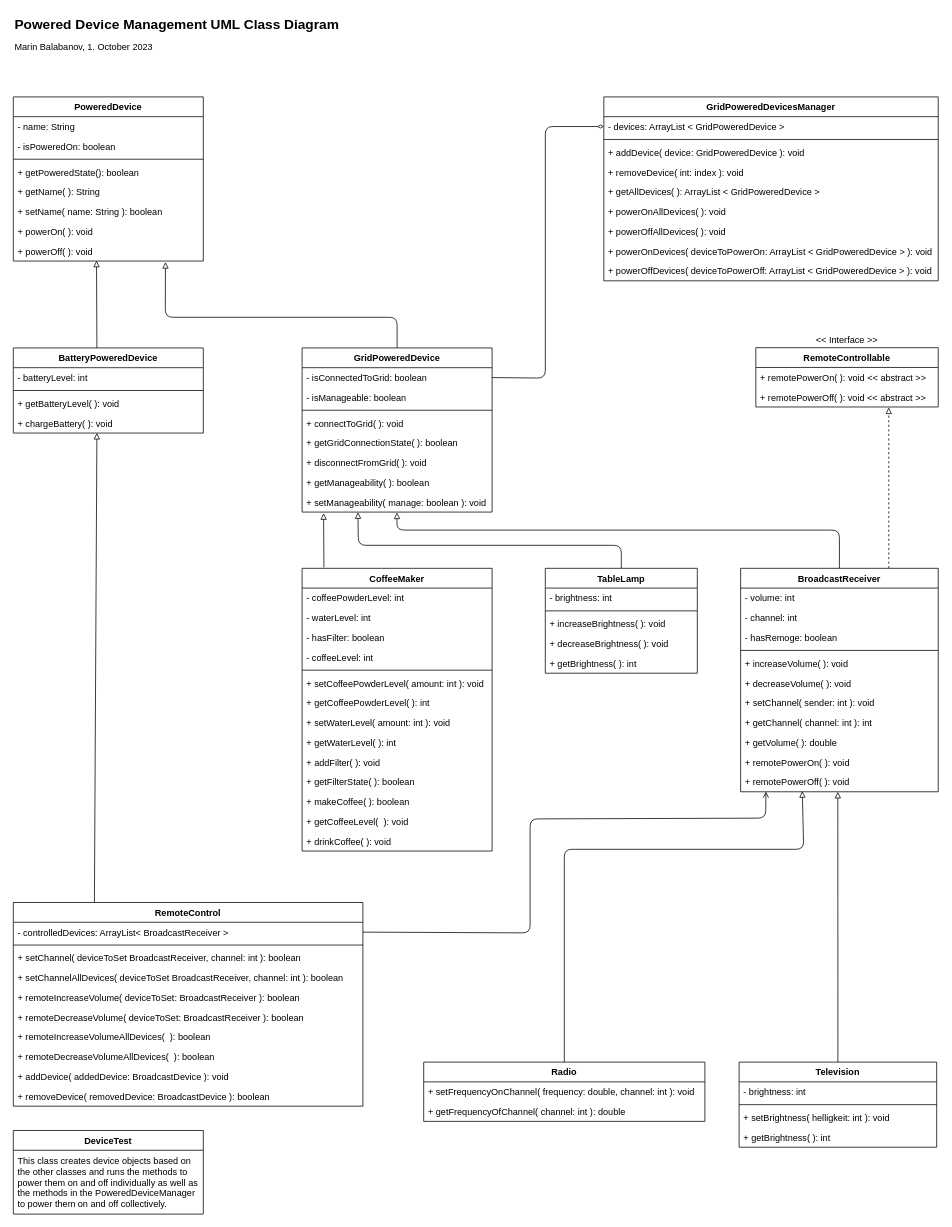
Above: DevicesUML.drawio in mbalabanov/Devices (draw.io), before the change. Source tidied: cells renumbered, new cells numbered last; positions are measured from the earlier drawing's top-left corner, leaving out a move shared by most shapes. Both pictures are drawn from the tidied source at 76%, with x=0, y=0 at pixel (13, 13).
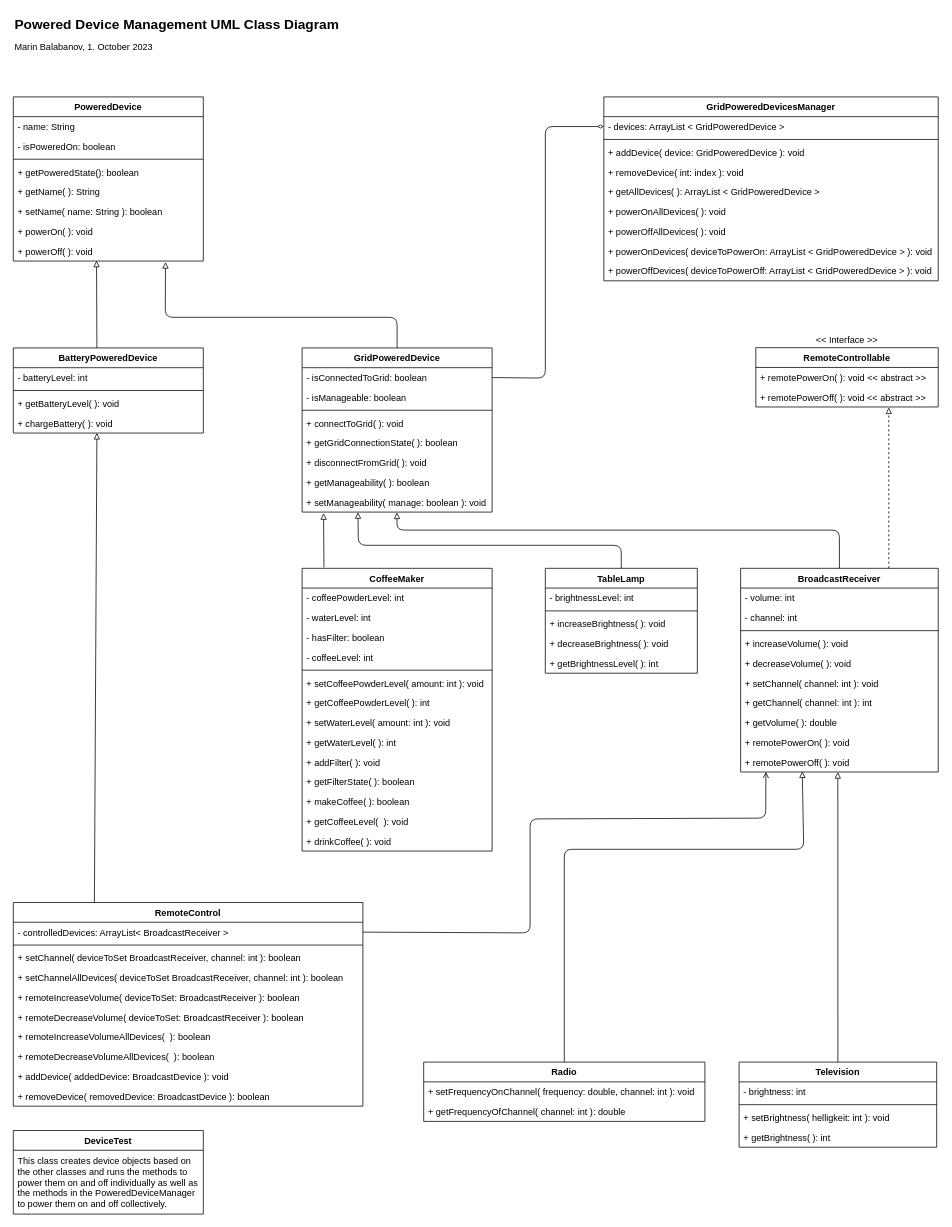
The same page after the edit.

Commit message (it also covers changes not shown here):
Adapts diagram

Unchanged cells that the change refers to:
```xml
<mxCell id="35" value="TableLamp" style="swimlane;fontStyle=1;align=center;verticalAlign=top;horizontal=1;startSize=26;" parent="1" vertex="1">
  <mxGeometry x="700" y="730.3" width="200" height="138" as="geometry" />
</mxCell>
```

Change to the diagram source:
```diff
@@
     <mxCell id="23" value="BroadcastReceiver" style="swimlane;fontStyle=1;align=center;verticalAlign=top;horizontal=1;startSize=26;" parent="1" vertex="1">
-      <mxGeometry x="957" y="730.3" width="260" height="294" as="geometry" />
+      <mxGeometry x="957" y="730.3" width="260" height="268" as="geometry" />
     </mxCell>
@@
-    <mxCell id="26" value="- hasRemoge: boolean" style="text;strokeColor=none;fillColor=none;align=left;verticalAlign=top;spacingLeft=4;spacingRight=4;overflow=hidden;" parent="23" vertex="1">
-      <mxGeometry y="78" width="260" height="26" as="geometry" />
-    </mxCell>
     <mxCell id="27" style="line;strokeWidth=1;fillColor=none;align=left;verticalAlign=middle;spacingTop=-1;spacingLeft=3;spacingRight=3;labelPosition=right;strokeColor=inherit;" parent="23" vertex="1">
-      <mxGeometry y="104" width="260" height="8" as="geometry" />
+      <mxGeometry y="78" width="260" height="8" as="geometry" />
     </mxCell>
     <mxCell id="28" value="+ increaseVolume( ): void" style="text;strokeColor=none;fillColor=none;align=left;verticalAlign=top;spacingLeft=4;spacingRight=4;overflow=hidden;" parent="23" vertex="1">
-      <mxGeometry y="112" width="260" height="26" as="geometry" />
+      <mxGeometry y="86" width="260" height="26" as="geometry" />
     </mxCell>
     <mxCell id="29" value="+ decreaseVolume( ): void" style="text;strokeColor=none;fillColor=none;align=left;verticalAlign=top;spacingLeft=4;spacingRight=4;overflow=hidden;" parent="23" vertex="1">
-      <mxGeometry y="138" width="260" height="26" as="geometry" />
+      <mxGeometry y="112" width="260" height="26" as="geometry" />
     </mxCell>
-    <mxCell id="30" value="+ setChannel( sender: int ): void" style="text;strokeColor=none;fillColor=none;align=left;verticalAlign=top;spacingLeft=4;spacingRight=4;overflow=hidden;" parent="23" vertex="1">
-      <mxGeometry y="164" width="260" height="26" as="geometry" />
+    <mxCell id="30" value="+ setChannel( channel: int ): void" style="text;strokeColor=none;fillColor=none;align=left;verticalAlign=top;spacingLeft=4;spacingRight=4;overflow=hidden;" parent="23" vertex="1">
+      <mxGeometry y="138" width="260" height="26" as="geometry" />
     </mxCell>
     <mxCell id="31" value="+ getChannel( channel: int ): int" style="text;strokeColor=none;fillColor=none;align=left;verticalAlign=top;spacingLeft=4;spacingRight=4;overflow=hidden;" parent="23" vertex="1">
-      <mxGeometry y="190" width="260" height="26" as="geometry" />
+      <mxGeometry y="164" width="260" height="26" as="geometry" />
     </mxCell>
     <mxCell id="32" value="+ getVolume( ): double" style="text;strokeColor=none;fillColor=none;align=left;verticalAlign=top;spacingLeft=4;spacingRight=4;overflow=hidden;" parent="23" vertex="1">
-      <mxGeometry y="216" width="260" height="26" as="geometry" />
+      <mxGeometry y="190" width="260" height="26" as="geometry" />
     </mxCell>
     <mxCell id="33" value="+ remotePowerOn( ): void" style="text;strokeColor=none;fillColor=none;align=left;verticalAlign=top;spacingLeft=4;spacingRight=4;overflow=hidden;" parent="23" vertex="1">
-      <mxGeometry y="242" width="260" height="26" as="geometry" />
+      <mxGeometry y="216" width="260" height="26" as="geometry" />
     </mxCell>
     <mxCell id="34" value="+ remotePowerOff( ): void" style="text;strokeColor=none;fillColor=none;align=left;verticalAlign=top;spacingLeft=4;spacingRight=4;overflow=hidden;points=[[0,0.5],[1,0.5]];portConstraint=eastwest;" parent="23" vertex="1">
-      <mxGeometry y="268" width="260" height="26" as="geometry" />
+      <mxGeometry y="242" width="260" height="26" as="geometry" />
     </mxCell>
@@
-    <mxCell id="36" value="- brightness: int" style="text;strokeColor=none;fillColor=none;align=left;verticalAlign=top;spacingLeft=4;spacingRight=4;overflow=hidden;" parent="35" vertex="1">
+    <mxCell id="36" value="- brightnessLevel: int" style="text;strokeColor=none;fillColor=none;align=left;verticalAlign=top;spacingLeft=4;spacingRight=4;overflow=hidden;" parent="35" vertex="1">
       <mxGeometry y="26" width="200" height="26" as="geometry" />
     </mxCell>
@@
-    <mxCell id="40" value="+ getBrightness( ): int" style="text;strokeColor=none;fillColor=none;align=left;verticalAlign=top;spacingLeft=4;spacingRight=4;overflow=hidden;" parent="35" vertex="1">
+    <mxCell id="40" value="+ getBrightnessLevel( ): int" style="text;strokeColor=none;fillColor=none;align=left;verticalAlign=top;spacingLeft=4;spacingRight=4;overflow=hidden;" parent="35" vertex="1">
       <mxGeometry y="112" width="200" height="26" as="geometry" />
     </mxCell>
```
